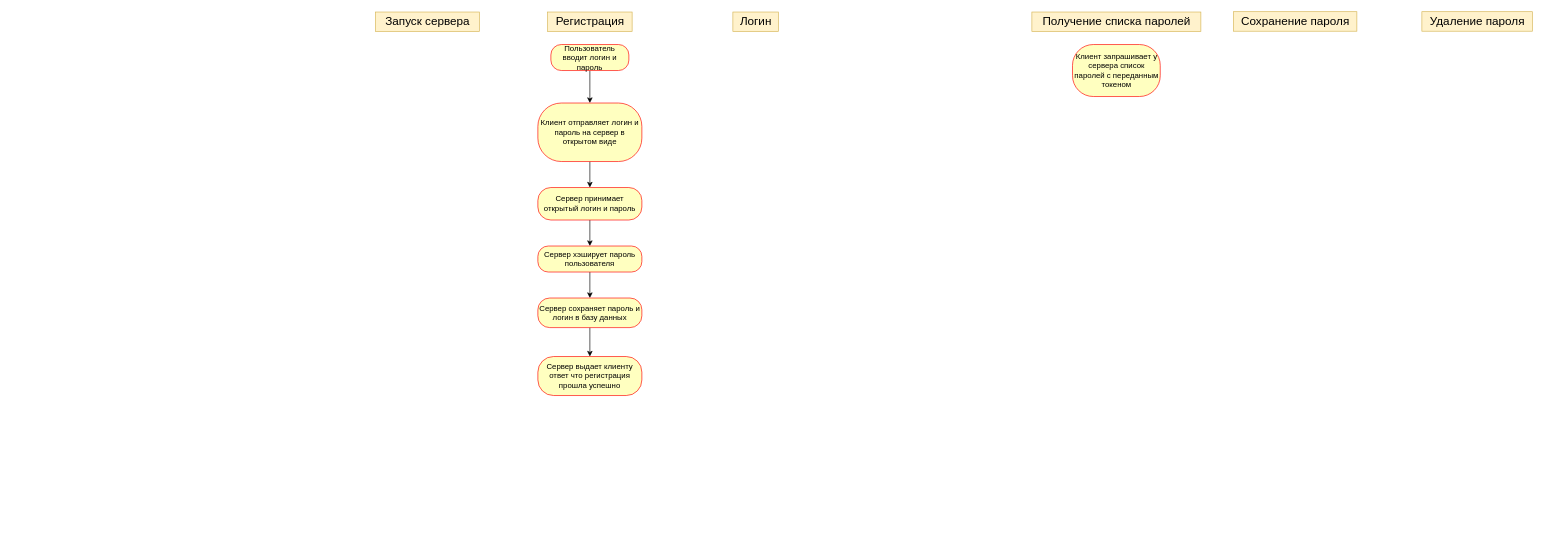
Before: page "store algo" (1 of 2) of drawio/kanban.drawio in ilya372317/keeper-pass, a draw.io diagram. Source tidied: cells renumbered, new cells numbered last; positions are measured from the earlier drawing's top-left corner, leaving out a move shared by most shapes. Both pictures are drawn from the tidied source at 65%, with x=0, y=0 at pixel (375, 12).
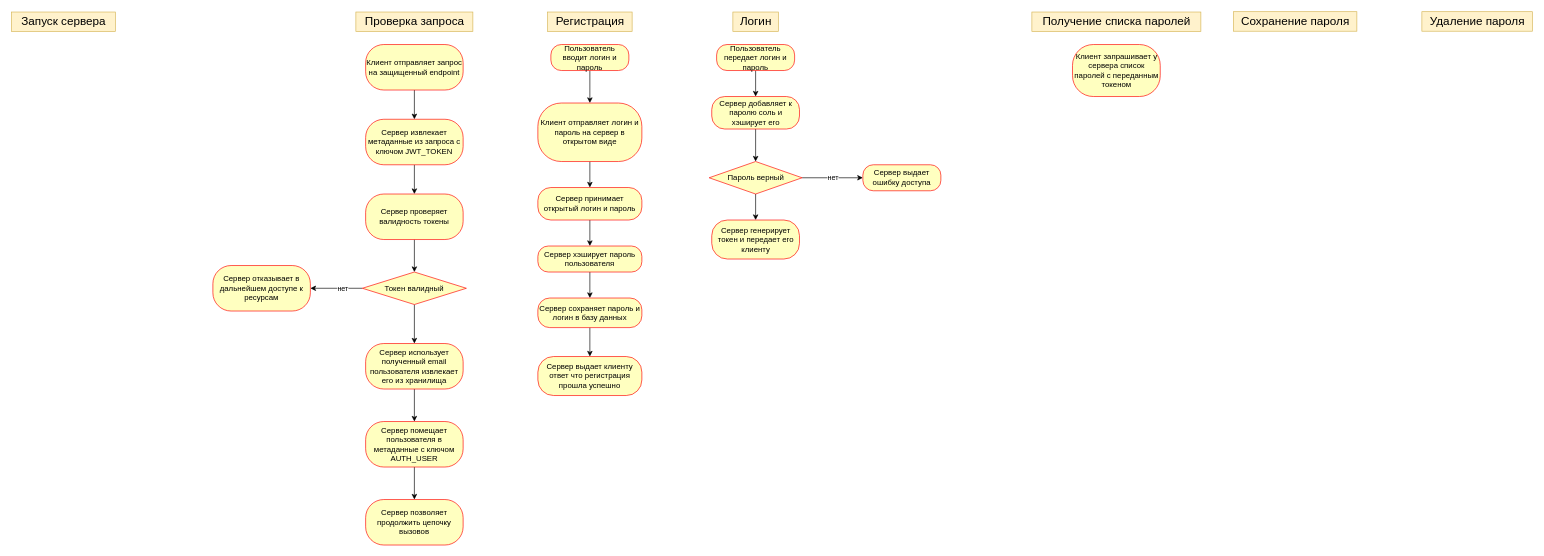
The same diagram, later.

Commit message:
check request and auth case diagrams

Diff of the diagram source:
```diff
@@
     <mxCell id="19" value="Запуск сервера" style="text;html=1;align=center;verticalAlign=middle;strokeColor=#d6b656;fillColor=#fff2cc;fontSize=18;" parent="1" vertex="1">
-      <mxGeometry width="160" height="30" as="geometry" />
+      <mxGeometry x="-560" width="160" height="30" as="geometry" />
     </mxCell>
+    <mxCell id="20" style="edgeStyle=orthogonalEdgeStyle;rounded=0;jettySize=auto;html=1;entryX=0.5;entryY=0;entryDx=0;entryDy=0;" parent="1" edge="1" source="21" target="23">
+      <mxGeometry relative="1" as="geometry" />
+    </mxCell>
+    <mxCell id="21" value="Пользователь передает логин и пароль" style="rounded=1;whiteSpace=wrap;html=1;arcSize=40;fontColor=#000000;fillColor=#ffffc0;strokeColor=#ff0000;" parent="1" vertex="1">
+      <mxGeometry x="525" y="50" width="120" height="40" as="geometry" />
+    </mxCell>
+    <mxCell id="22" style="edgeStyle=orthogonalEdgeStyle;rounded=0;jettySize=auto;html=1;entryX=0.5;entryY=0;entryDx=0;entryDy=0;" parent="1" edge="1" source="23" target="26">
+      <mxGeometry relative="1" as="geometry" />
+    </mxCell>
+    <mxCell id="23" value="Сервер добавляет к паролю соль и хэширует его" style="rounded=1;whiteSpace=wrap;html=1;arcSize=40;fontColor=#000000;fillColor=#ffffc0;strokeColor=#ff0000;" parent="1" vertex="1">
+      <mxGeometry x="517.5" y="130" width="135" height="50" as="geometry" />
+    </mxCell>
+    <mxCell id="24" value="нет" style="edgeStyle=orthogonalEdgeStyle;rounded=0;jettySize=auto;html=1;entryX=0;entryY=0.5;entryDx=0;entryDy=0;" parent="1" edge="1" source="26" target="27">
+      <mxGeometry relative="1" as="geometry" />
+    </mxCell>
+    <mxCell id="25" style="edgeStyle=orthogonalEdgeStyle;rounded=0;jettySize=auto;html=1;entryX=0.5;entryY=0;entryDx=0;entryDy=0;" parent="1" edge="1" source="26" target="28">
+      <mxGeometry relative="1" as="geometry" />
+    </mxCell>
+    <mxCell id="26" value="Пароль верный" style="rhombus;whiteSpace=wrap;html=1;fontColor=#000000;fillColor=#ffffc0;strokeColor=#ff0000;" parent="1" vertex="1">
+      <mxGeometry x="513.5" y="230" width="143" height="50" as="geometry" />
+    </mxCell>
+    <mxCell id="27" value="Сервер выдает ошибку доступа" style="rounded=1;whiteSpace=wrap;html=1;arcSize=40;fontColor=#000000;fillColor=#ffffc0;strokeColor=#ff0000;" parent="1" vertex="1">
+      <mxGeometry x="750" y="235" width="120" height="40" as="geometry" />
+    </mxCell>
+    <mxCell id="28" value="Сервер генерирует токен и передает его клиенту" style="rounded=1;whiteSpace=wrap;html=1;arcSize=40;fontColor=#000000;fillColor=#ffffc0;strokeColor=#ff0000;" parent="1" vertex="1">
+      <mxGeometry x="517.5" y="320" width="135" height="60" as="geometry" />
+    </mxCell>
+    <mxCell id="29" value="Проверка запроса" style="text;html=1;align=center;verticalAlign=middle;strokeColor=#d6b656;fillColor=#fff2cc;fontSize=18;" parent="1" vertex="1">
+      <mxGeometry x="-30" width="180" height="30" as="geometry" />
+    </mxCell>
+    <mxCell id="30" style="edgeStyle=orthogonalEdgeStyle;rounded=0;jettySize=auto;html=1;" parent="1" edge="1" source="31" target="33">
+      <mxGeometry relative="1" as="geometry" />
+    </mxCell>
+    <mxCell id="31" value="Клиент отправляет запрос на защищенный endpoint" style="rounded=1;whiteSpace=wrap;html=1;arcSize=40;fontColor=#000000;fillColor=#ffffc0;strokeColor=#ff0000;" parent="1" vertex="1">
+      <mxGeometry x="-15" y="50" width="150" height="70" as="geometry" />
+    </mxCell>
+    <mxCell id="32" style="edgeStyle=orthogonalEdgeStyle;rounded=0;jettySize=auto;html=1;" parent="1" edge="1" source="33" target="35">
+      <mxGeometry relative="1" as="geometry" />
+    </mxCell>
+    <mxCell id="33" value="Сервер извлекает метаданные из запроса с ключом JWT_TOKEN" style="rounded=1;whiteSpace=wrap;html=1;arcSize=40;fontColor=#000000;fillColor=#ffffc0;strokeColor=#ff0000;" parent="1" vertex="1">
+      <mxGeometry x="-15" y="165" width="150" height="70" as="geometry" />
+    </mxCell>
+    <mxCell id="34" style="edgeStyle=orthogonalEdgeStyle;rounded=0;jettySize=auto;html=1;entryX=0.5;entryY=0;entryDx=0;entryDy=0;" parent="1" edge="1" source="35" target="39">
+      <mxGeometry relative="1" as="geometry" />
+    </mxCell>
+    <mxCell id="35" value="Сервер проверяет валидность токены" style="rounded=1;whiteSpace=wrap;html=1;arcSize=40;fontColor=#000000;fillColor=#ffffc0;strokeColor=#ff0000;" parent="1" vertex="1">
+      <mxGeometry x="-15" y="280" width="150" height="70" as="geometry" />
+    </mxCell>
+    <mxCell id="36" style="edgeStyle=orthogonalEdgeStyle;rounded=0;jettySize=auto;html=1;" parent="1" edge="1" source="39" target="40">
+      <mxGeometry relative="1" as="geometry" />
+    </mxCell>
+    <mxCell id="37" value="нет" style="edgeLabel;html=1;align=center;verticalAlign=middle;" parent="36" vertex="1">
+      <mxGeometry x="-0.23" y="-1" relative="1" as="geometry" />
+    </mxCell>
+    <mxCell id="38" style="edgeStyle=orthogonalEdgeStyle;rounded=0;jettySize=auto;html=1;entryX=0.5;entryY=0;entryDx=0;entryDy=0;" parent="1" edge="1" source="39" target="42">
+      <mxGeometry relative="1" as="geometry" />
+    </mxCell>
+    <mxCell id="39" value="Токен валидный" style="rhombus;whiteSpace=wrap;html=1;fontColor=#000000;fillColor=#ffffc0;strokeColor=#ff0000;" parent="1" vertex="1">
+      <mxGeometry x="-20" y="400" width="160" height="50" as="geometry" />
+    </mxCell>
+    <mxCell id="40" value="Сервер отказывает в дальнейшем доступе к ресурсам" style="rounded=1;whiteSpace=wrap;html=1;arcSize=40;fontColor=#000000;fillColor=#ffffc0;strokeColor=#ff0000;" parent="1" vertex="1">
+      <mxGeometry x="-250" y="390" width="150" height="70" as="geometry" />
+    </mxCell>
+    <mxCell id="41" style="edgeStyle=orthogonalEdgeStyle;rounded=0;jettySize=auto;html=1;" parent="1" edge="1" source="42" target="44">
+      <mxGeometry relative="1" as="geometry" />
+    </mxCell>
+    <mxCell id="42" value="Сервер использует полученный email пользователя извлекает его из хранилища" style="rounded=1;whiteSpace=wrap;html=1;arcSize=40;fontColor=#000000;fillColor=#ffffc0;strokeColor=#ff0000;" parent="1" vertex="1">
+      <mxGeometry x="-15" y="510" width="150" height="70" as="geometry" />
+    </mxCell>
+    <mxCell id="43" style="edgeStyle=orthogonalEdgeStyle;rounded=0;jettySize=auto;html=1;" parent="1" edge="1" source="44" target="45">
+      <mxGeometry relative="1" as="geometry" />
+    </mxCell>
+    <mxCell id="44" value="Сервер помещает пользователя в метаданные с ключом AUTH_USER" style="rounded=1;whiteSpace=wrap;html=1;arcSize=40;fontColor=#000000;fillColor=#ffffc0;strokeColor=#ff0000;" parent="1" vertex="1">
+      <mxGeometry x="-15" y="630" width="150" height="70" as="geometry" />
+    </mxCell>
+    <mxCell id="45" value="Сервер позволяет продолжить цепочку вызовов" style="rounded=1;whiteSpace=wrap;html=1;arcSize=40;fontColor=#000000;fillColor=#ffffc0;strokeColor=#ff0000;" parent="1" vertex="1">
+      <mxGeometry x="-15" y="750" width="150" height="70" as="geometry" />
+    </mxCell>
```
